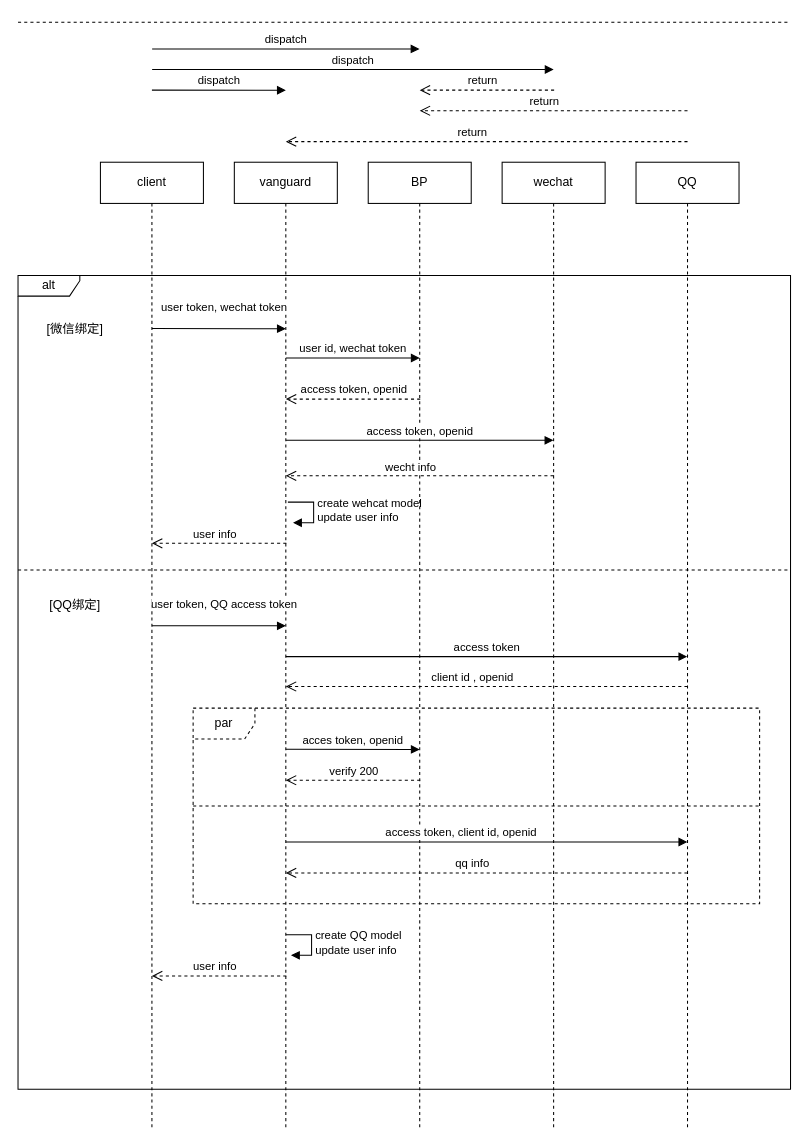
Before: 绑定时序图.drawio in LiErhua/draw.io, a draw.io diagram. Source tidied: cells renumbered, new cells numbered last; positions are measured from the earlier drawing's top-left corner, leaving out a move shared by most shapes. Both pictures are drawn from the tidied source at 103%, with x=0, y=0 at pixel (18, 18).
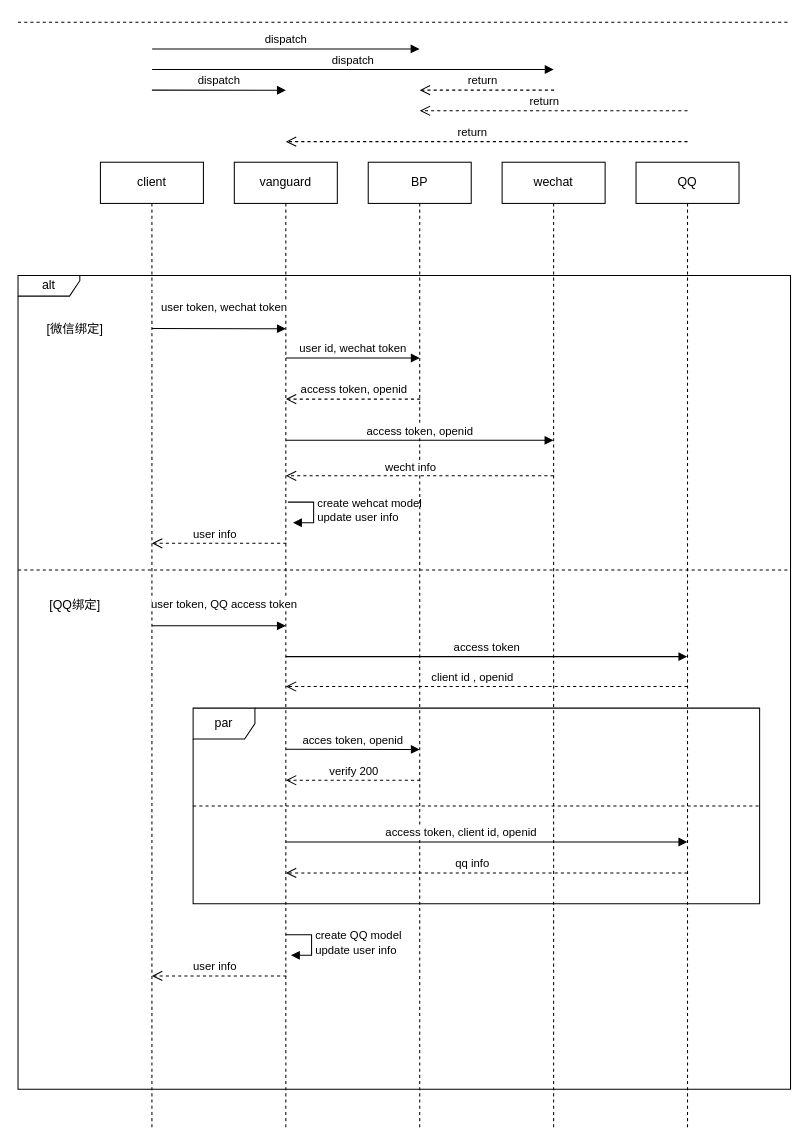
Above is the later version.

Commit message:
Update 绑定时序图.drawio

Diff of the diagram source:
```diff
@@
-    <mxCell id="29" value="par" style="shape=umlFrame;whiteSpace=wrap;html=1;dashed=1;" parent="1" vertex="1">
+    <mxCell id="29" value="par" style="shape=umlFrame;whiteSpace=wrap;html=1;" parent="1" vertex="1">
       <mxGeometry x="170" y="670" width="550" height="190" as="geometry" />
     </mxCell>
```
